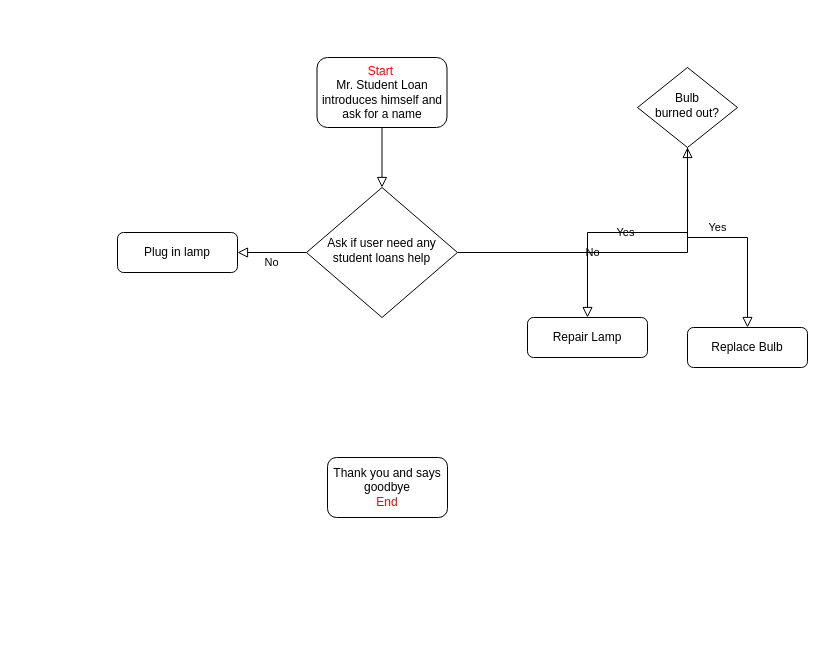
Before: Untitled Diagram.drawio in dennisorellana2/Big_Data, a draw.io diagram. Source tidied: cells renumbered, new cells numbered last; positions are measured from the earlier drawing's top-left corner, leaving out a move shared by most shapes. Both pictures are drawn from the tidied source at 100%, with x=0, y=0 at pixel (117, 57).
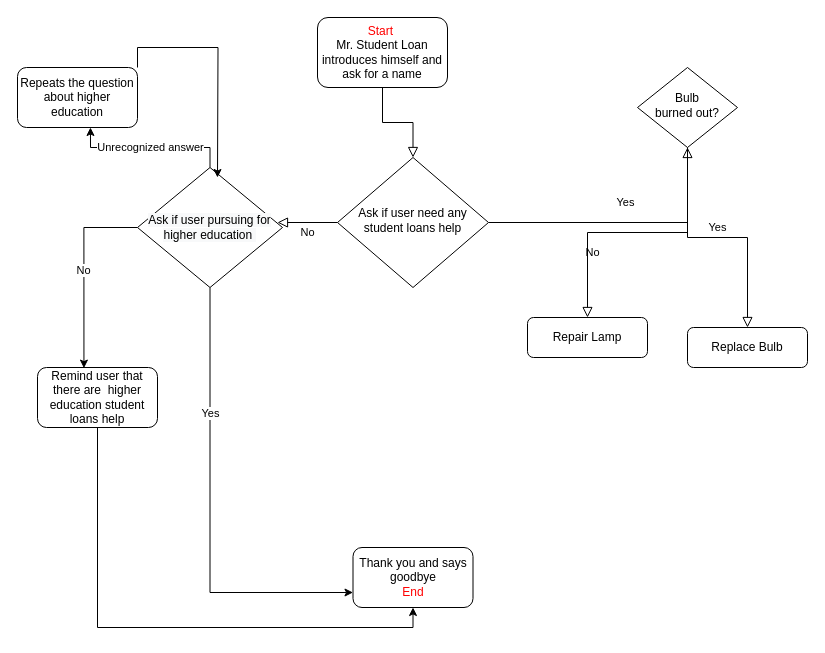
The same page after the edit.

Commit message:
Update Student Loan Diagram.drawio

What changed in the source:
```diff
@@
     <mxCell id="3" value="&lt;font color=&quot;#ff0000&quot;&gt;Start&amp;nbsp;&lt;/font&gt;&lt;br&gt;Mr. Student Loan introduces himself and ask for a name" style="rounded=1;whiteSpace=wrap;html=1;fontSize=12;glass=0;strokeWidth=1;shadow=0;" parent="1" vertex="1">
-      <mxGeometry x="199.5" width="130" height="70" as="geometry" />
+      <mxGeometry x="200" y="-40" width="130" height="70" as="geometry" />
     </mxCell>
@@
-    <mxCell id="5" value="No" style="edgeStyle=orthogonalEdgeStyle;rounded=0;html=1;jettySize=auto;fontSize=11;endArrow=block;endFill=0;endSize=8;strokeWidth=1;shadow=0;labelBackgroundColor=none;" parent="1" edge="1" source="6" target="7">
-      <mxGeometry y="10" relative="1" as="geometry" />
+    <mxCell id="5" value="No" style="edgeStyle=orthogonalEdgeStyle;rounded=0;html=1;jettySize=auto;fontSize=11;endArrow=block;endFill=0;endSize=8;strokeWidth=1;shadow=0;labelBackgroundColor=none;" parent="1" edge="1" source="6">
+      <mxGeometry y="10" relative="1" as="geometry">
+        <mxPoint x="160" y="165" as="targetPoint" />
+      </mxGeometry>
     </mxCell>
     <mxCell id="6" value="Ask if user need any student loans help" style="rhombus;whiteSpace=wrap;html=1;shadow=0;fontFamily=Helvetica;fontSize=12;align=center;strokeWidth=1;spacing=6;spacingTop=-4;" parent="1" vertex="1">
-      <mxGeometry x="189" y="130" width="151" height="130" as="geometry" />
+      <mxGeometry x="220" y="100" width="151" height="130" as="geometry" />
     </mxCell>
-    <mxCell id="7" value="Plug in lamp" style="rounded=1;whiteSpace=wrap;html=1;fontSize=12;glass=0;strokeWidth=1;shadow=0;" parent="1" vertex="1">
-      <mxGeometry y="175" width="120" height="40" as="geometry" />
-    </mxCell>
@@
     <mxCell id="13" value="Thank you and says goodbye&lt;br&gt;&lt;font color=&quot;#ff0000&quot;&gt;End&lt;/font&gt;" style="rounded=1;whiteSpace=wrap;html=1;" parent="1" vertex="1">
-      <mxGeometry x="210" y="400" width="120" height="60" as="geometry" />
+      <mxGeometry x="235.5" y="490" width="120" height="60" as="geometry" />
     </mxCell>
+    <mxCell id="14" style="edgeStyle=orthogonalEdgeStyle;rounded=0;jettySize=auto;html=1;exitX=0.5;exitY=1;exitDx=0;exitDy=0;entryX=0.5;entryY=1;entryDx=0;entryDy=0;" parent="1" edge="1" source="15" target="13">
+      <mxGeometry relative="1" as="geometry" />
+    </mxCell>
+    <mxCell id="15" value="Remind user that there are&amp;nbsp; higher education student loans help" style="rounded=1;whiteSpace=wrap;html=1;" parent="1" vertex="1">
+      <mxGeometry x="-80" y="310" width="120" height="60" as="geometry" />
+    </mxCell>
+    <mxCell id="16" value="Unrecognized answer" style="edgeStyle=orthogonalEdgeStyle;rounded=0;jettySize=auto;html=1;exitX=0.5;exitY=0;exitDx=0;exitDy=0;entryX=0.608;entryY=1;entryDx=0;entryDy=0;entryPerimeter=0;" parent="1" edge="1" source="20" target="22">
+      <mxGeometry relative="1" as="geometry" />
+    </mxCell>
+    <mxCell id="17" value="No" style="edgeStyle=orthogonalEdgeStyle;rounded=0;jettySize=auto;html=1;exitX=0;exitY=0.5;exitDx=0;exitDy=0;entryX=0.387;entryY=0.01;entryDx=0;entryDy=0;entryPerimeter=0;" parent="1" edge="1" source="20" target="15">
+      <mxGeometry relative="1" as="geometry" />
+    </mxCell>
+    <mxCell id="18" style="edgeStyle=orthogonalEdgeStyle;rounded=0;jettySize=auto;html=1;exitX=0.5;exitY=1;exitDx=0;exitDy=0;entryX=0;entryY=0.75;entryDx=0;entryDy=0;" parent="1" edge="1" source="20" target="13">
+      <mxGeometry relative="1" as="geometry" />
+    </mxCell>
+    <mxCell id="19" value="Yes" style="edgeLabel;html=1;align=center;verticalAlign=middle;" parent="18" vertex="1">
+      <mxGeometry x="-0.44" relative="1" as="geometry" />
+    </mxCell>
+    <mxCell id="20" value="&#10;&#10;&lt;span style=&quot;color: rgb(0, 0, 0); font-family: helvetica; font-size: 12px; font-style: normal; font-weight: 400; letter-spacing: normal; text-align: center; text-indent: 0px; text-transform: none; word-spacing: 0px; background-color: rgb(248, 249, 250); display: inline; float: none;&quot;&gt;Ask if user pursuing for higher education&amp;nbsp;&lt;/span&gt;&#10;&#10;" style="rhombus;whiteSpace=wrap;html=1;" parent="1" vertex="1">
+      <mxGeometry x="20" y="110" width="145" height="120" as="geometry" />
+    </mxCell>
+    <mxCell id="21" style="edgeStyle=orthogonalEdgeStyle;rounded=0;jettySize=auto;html=1;exitX=1;exitY=0;exitDx=0;exitDy=0;" parent="1" edge="1" source="22">
+      <mxGeometry relative="1" as="geometry">
+        <mxPoint x="100" y="120" as="targetPoint" />
+      </mxGeometry>
+    </mxCell>
+    <mxCell id="22" value="Repeats the question about higher education" style="rounded=1;whiteSpace=wrap;html=1;" parent="1" vertex="1">
+      <mxGeometry x="-100" y="10" width="120" height="60" as="geometry" />
+    </mxCell>
```
